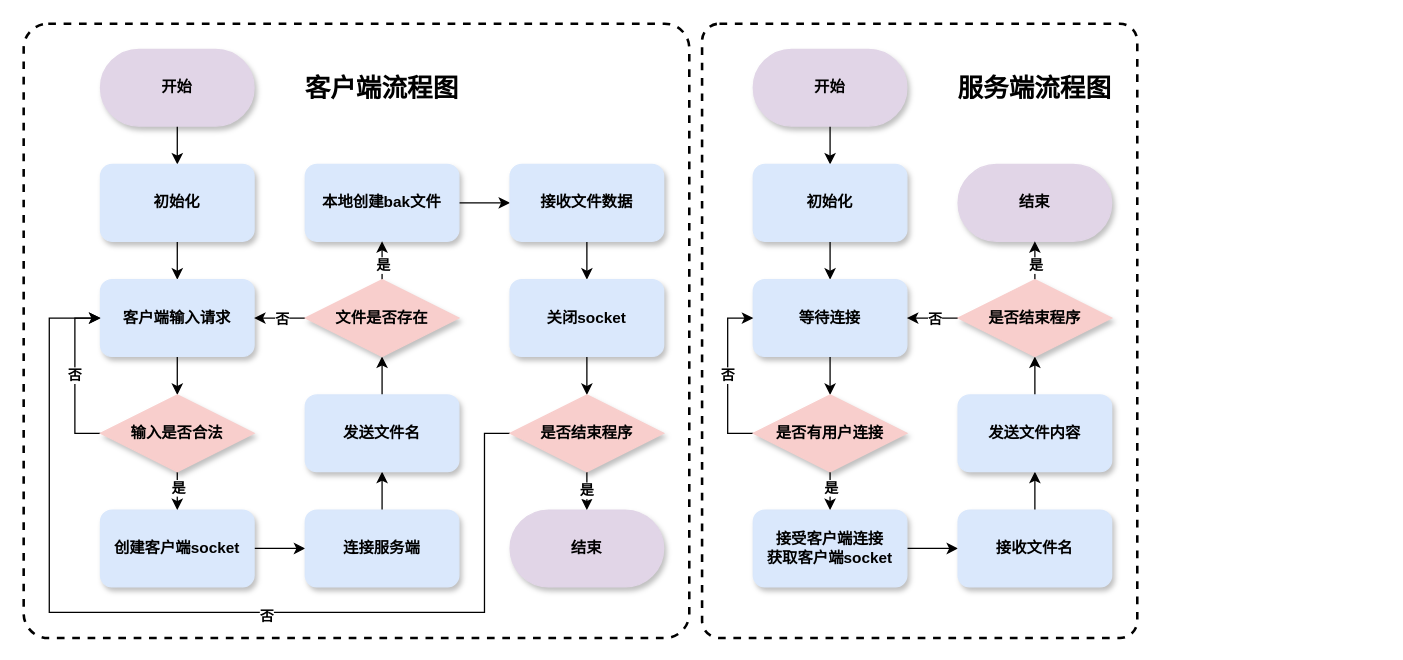
The draw.io diagram 计网Socket实验-系统流程图.drawio in Momoyeyu/Draw.io-Repo, before the edit. Source tidied: cells renumbered, new cells numbered last; positions are measured from the earlier drawing's top-left corner, leaving out a move shared by most shapes. Both pictures are drawn from the tidied source at 128%, with x=0, y=0 at pixel (23, 23).
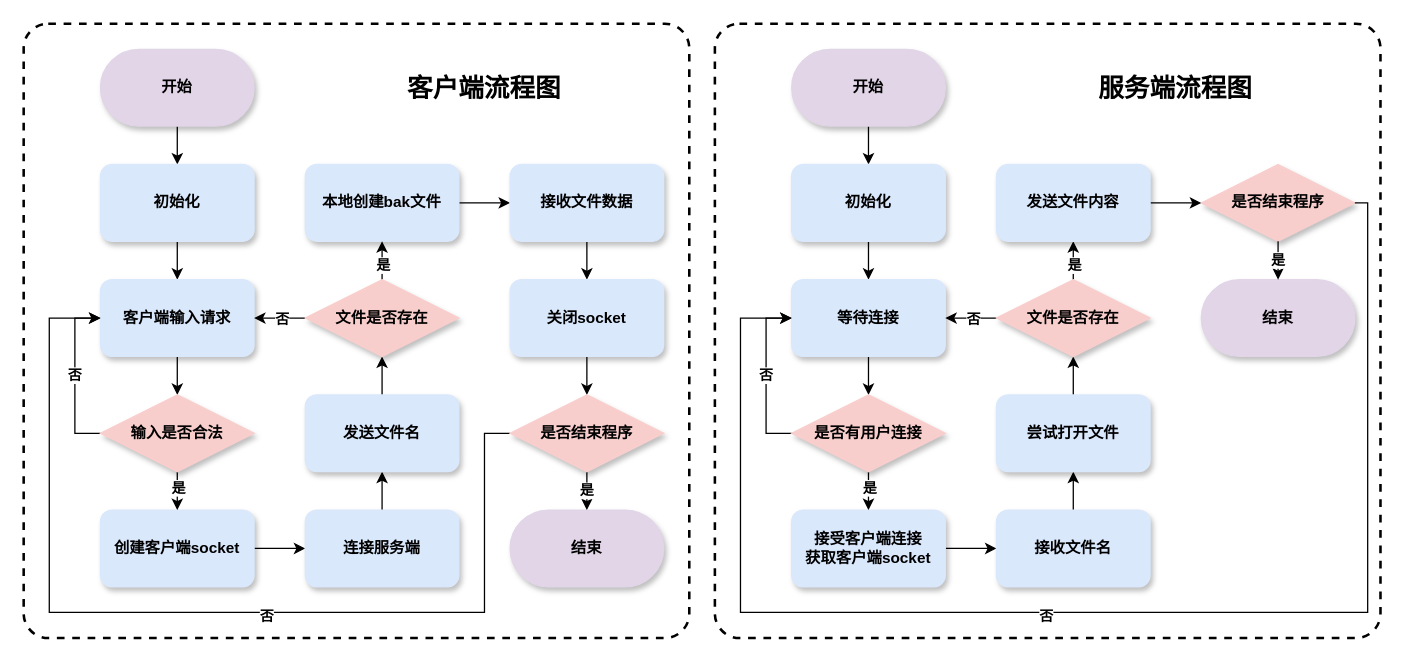
After the change.

Commit message:
更新计网Socket实验-系统流程图.drawio

What changed in the source:
```diff
@@
+    <mxCell id="62" style="rounded=1;whiteSpace=wrap;html=1;fillColor=none;dashed=1;strokeWidth=2;arcSize=4;" parent="1" vertex="1">
+      <mxGeometry x="540" width="520" height="480" as="geometry" />
+    </mxCell>
@@
-    <mxCell id="3" style="rounded=1;whiteSpace=wrap;html=1;fillColor=none;dashed=1;strokeWidth=2;arcSize=4;" parent="1" vertex="1">
-      <mxGeometry x="530" width="340" height="480" as="geometry" />
-    </mxCell>
@@
     <mxCell id="33" value="&lt;font style=&quot;font-size: 20px;&quot;&gt;客户端流程图&lt;/font&gt;" style="text;html=1;align=center;verticalAlign=middle;whiteSpace=wrap;rounded=0;fontStyle=1;" parent="1" vertex="1">
-      <mxGeometry x="200" y="35" width="160" height="30" as="geometry" />
+      <mxGeometry x="280" y="35" width="160" height="30" as="geometry" />
     </mxCell>
@@
     <mxCell id="39" value="开始" style="rounded=1;whiteSpace=wrap;html=1;arcSize=50;fontStyle=1;fillColor=#E1D5E7;strokeColor=#E1D5E7;shadow=1;" parent="1" vertex="1">
-      <mxGeometry x="570" y="20" width="120" height="60" as="geometry" />
+      <mxGeometry x="600" y="20" width="120" height="60" as="geometry" />
     </mxCell>
-    <mxCell id="40" value="结束" style="rounded=1;whiteSpace=wrap;html=1;arcSize=50;fontStyle=1;fillColor=#E1D5E7;strokeColor=#E1D5E7;shadow=1;" parent="1" vertex="1">
-      <mxGeometry x="730" y="110" width="120" height="60" as="geometry" />
-    </mxCell>
@@
     <mxCell id="42" value="初始化" style="rounded=1;whiteSpace=wrap;html=1;fontStyle=1;fillColor=#DAE8FC;strokeColor=#DAE8FC;shadow=1;" parent="1" vertex="1">
-      <mxGeometry x="570" y="110" width="120" height="60" as="geometry" />
+      <mxGeometry x="600" y="110" width="120" height="60" as="geometry" />
     </mxCell>
@@
     <mxCell id="44" value="等待连接" style="rounded=1;whiteSpace=wrap;html=1;fontStyle=1;fillColor=#DAE8FC;strokeColor=#DAE8FC;shadow=1;" parent="1" vertex="1">
-      <mxGeometry x="570" y="200" width="120" height="60" as="geometry" />
+      <mxGeometry x="600" y="200" width="120" height="60" as="geometry" />
     </mxCell>
@@
     <mxCell id="46" value="接受客户端连接&lt;br&gt;获取客户端socket" style="rounded=1;whiteSpace=wrap;html=1;fontStyle=1;fillColor=#DAE8FC;strokeColor=#DAE8FC;shadow=1;" parent="1" vertex="1">
-      <mxGeometry x="570" y="380" width="120" height="60" as="geometry" />
+      <mxGeometry x="600" y="380" width="120" height="60" as="geometry" />
     </mxCell>
@@
     <mxCell id="48" value="接收文件名" style="rounded=1;whiteSpace=wrap;html=1;fontStyle=1;fillColor=#DAE8FC;strokeColor=#DAE8FC;shadow=1;" parent="1" vertex="1">
-      <mxGeometry x="730" y="380" width="120" height="60" as="geometry" />
+      <mxGeometry x="760" y="380" width="120" height="60" as="geometry" />
     </mxCell>
@@
-    <mxCell id="50" value="发送文件内容" style="rounded=1;whiteSpace=wrap;html=1;fontStyle=1;fillColor=#DAE8FC;strokeColor=#DAE8FC;shadow=1;" parent="1" vertex="1">
-      <mxGeometry x="730" y="290" width="120" height="60" as="geometry" />
+    <mxCell id="50" value="尝试打开文件" style="rounded=1;whiteSpace=wrap;html=1;fontStyle=1;fillColor=#DAE8FC;strokeColor=#DAE8FC;shadow=1;" parent="1" vertex="1">
+      <mxGeometry x="760" y="290" width="120" height="60" as="geometry" />
     </mxCell>
@@
     <mxCell id="53" style="edgeStyle=orthogonalEdgeStyle;rounded=0;jettySize=auto;html=1;exitX=0.5;exitY=0;exitDx=0;exitDy=0;entryX=0.5;entryY=1;entryDx=0;entryDy=0;fontStyle=1;" parent="1" edge="1" source="55">
       <mxGeometry relative="1" as="geometry">
-        <mxPoint x="790" y="170" as="targetPoint" />
+        <mxPoint x="820" y="170" as="targetPoint" />
       </mxGeometry>
     </mxCell>
@@
-    <mxCell id="55" value="是否结束程序" style="rhombus;whiteSpace=wrap;html=1;fontStyle=1;fillColor=#F8CECC;strokeColor=#F8CECC;shadow=1;" parent="1" vertex="1">
-      <mxGeometry x="730" y="200" width="120" height="60" as="geometry" />
+    <mxCell id="55" value="文件是否存在" style="rhombus;whiteSpace=wrap;html=1;fontStyle=1;fillColor=#F8CECC;strokeColor=#F8CECC;shadow=1;" parent="1" vertex="1">
+      <mxGeometry x="760" y="200" width="120" height="60" as="geometry" />
     </mxCell>
@@
     <mxCell id="60" value="是否有用户连接" style="rhombus;whiteSpace=wrap;html=1;fontStyle=1;fillColor=#F8CECC;strokeColor=#F8CECC;shadow=1;" parent="1" vertex="1">
-      <mxGeometry x="570" y="290" width="120" height="60" as="geometry" />
+      <mxGeometry x="600" y="290" width="120" height="60" as="geometry" />
     </mxCell>
     <mxCell id="61" value="&lt;font style=&quot;font-size: 20px;&quot;&gt;服务端流程图&lt;/font&gt;" style="text;html=1;align=center;verticalAlign=middle;whiteSpace=wrap;rounded=0;fontStyle=1;" parent="1" vertex="1">
-      <mxGeometry x="710" y="35" width="160" height="30" as="geometry" />
+      <mxGeometry x="820" y="35" width="160" height="30" as="geometry" />
     </mxCell>
+    <mxCell id="40" value="结束" style="rounded=1;whiteSpace=wrap;html=1;arcSize=50;fontStyle=1;fillColor=#E1D5E7;strokeColor=#E1D5E7;shadow=1;" parent="1" vertex="1">
+      <mxGeometry x="920" y="200" width="120" height="60" as="geometry" />
+    </mxCell>
+    <mxCell id="63" value="是否结束程序" style="rhombus;whiteSpace=wrap;html=1;fontStyle=1;fillColor=#F8CECC;strokeColor=#F8CECC;shadow=1;" parent="1" vertex="1">
+      <mxGeometry x="920" y="110" width="120" height="60" as="geometry" />
+    </mxCell>
+    <mxCell id="64" style="edgeStyle=orthogonalEdgeStyle;rounded=0;jettySize=auto;html=1;exitX=1;exitY=0.5;exitDx=0;exitDy=0;" parent="1" edge="1" source="65" target="63">
+      <mxGeometry relative="1" as="geometry" />
+    </mxCell>
+    <mxCell id="65" value="发送文件内容" style="rounded=1;whiteSpace=wrap;html=1;fontStyle=1;fillColor=#DAE8FC;strokeColor=#DAE8FC;shadow=1;" parent="1" vertex="1">
+      <mxGeometry x="760" y="110" width="120" height="60" as="geometry" />
+    </mxCell>
+    <mxCell id="66" style="edgeStyle=orthogonalEdgeStyle;rounded=0;jettySize=auto;html=1;exitX=1;exitY=0.5;exitDx=0;exitDy=0;" parent="1" edge="1" source="63">
+      <mxGeometry relative="1" as="geometry">
+        <mxPoint x="600" y="230" as="targetPoint" />
+        <Array as="points">
+          <mxPoint x="1050" y="140" />
+          <mxPoint x="1050" y="460" />
+          <mxPoint x="560" y="460" />
+          <mxPoint x="560" y="230" />
+        </Array>
+      </mxGeometry>
+    </mxCell>
+    <mxCell id="67" value="否" style="edgeLabel;html=1;align=center;verticalAlign=middle;fontStyle=1;" parent="66" vertex="1">
+      <mxGeometry x="-0.14" y="2" relative="1" as="geometry">
+        <mxPoint x="-113" as="offset" />
+      </mxGeometry>
+    </mxCell>
+    <mxCell id="68" value="是" style="edgeStyle=orthogonalEdgeStyle;rounded=0;orthogonalLoop=1;jettySize=auto;html=1;exitX=0.5;exitY=1;exitDx=0;exitDy=0;fontStyle=1;" parent="1" edge="1">
+      <mxGeometry relative="1" as="geometry">
+        <mxPoint x="980" y="170" as="sourcePoint" />
+        <mxPoint x="980" y="200" as="targetPoint" />
+      </mxGeometry>
+    </mxCell>
```
